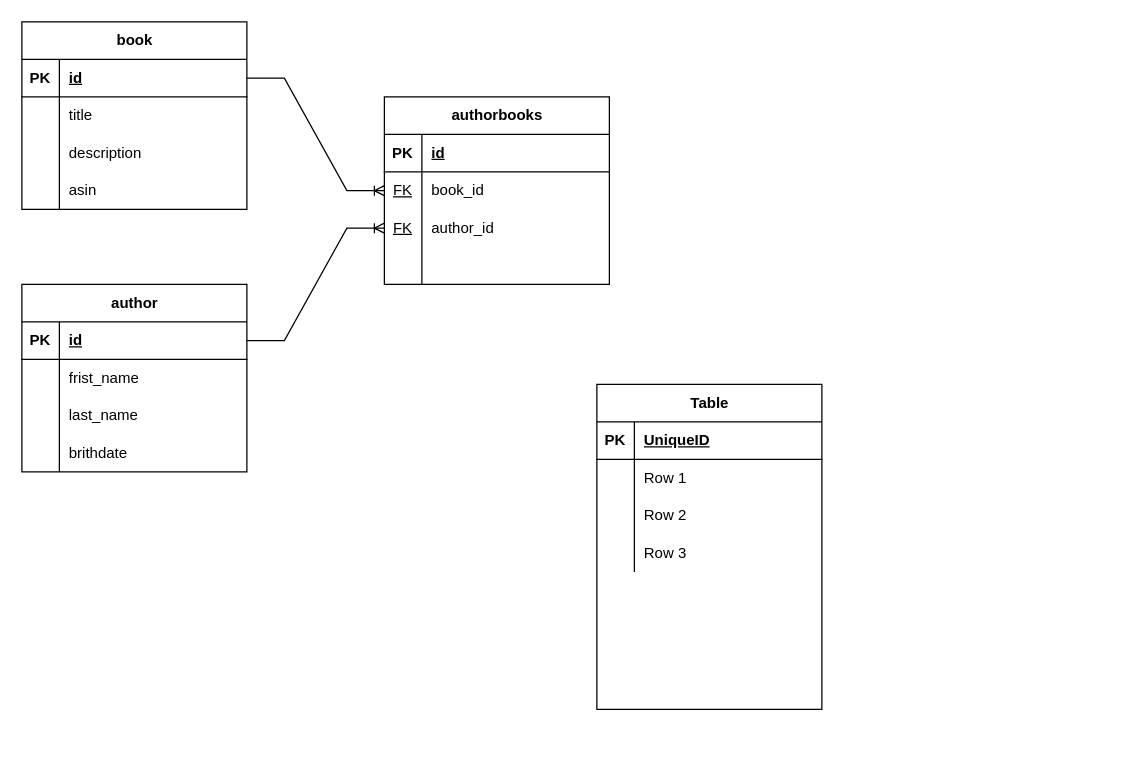
Before: Untitled Diagram.drawio in Akhmadjon0071/praktikum_datasets, a draw.io diagram. Source tidied: cells renumbered, new cells numbered last; positions are measured from the earlier drawing's top-left corner, leaving out a move shared by most shapes. Both pictures are drawn from the tidied source at 125%, with x=0, y=0 at pixel (21, 21).
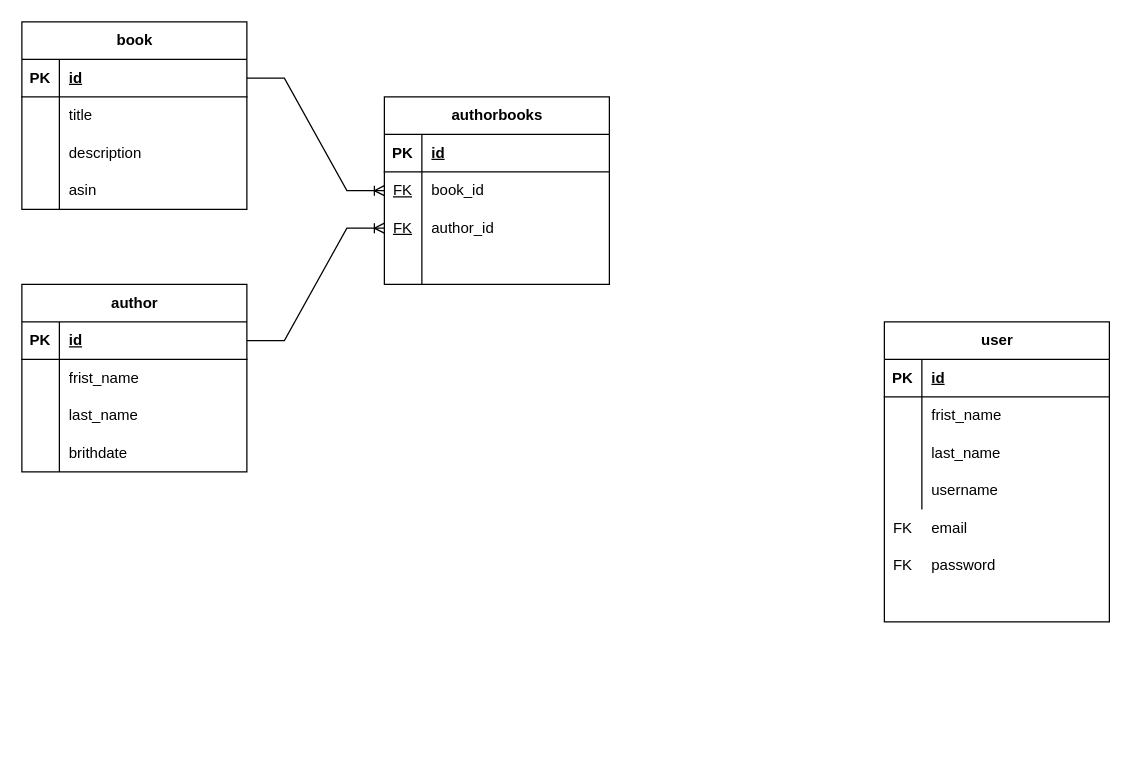
The same diagram, later.

What changed in the source:
```diff
@@
     <mxCell id="44" style="shape=tableRow;horizontal=0;startSize=0;swimlaneHead=0;swimlaneBody=0;fillColor=none;top=0;left=0;right=0;bottom=0;fontFamily=Helvetica;fontSize=12;fontColor=default;" parent="1" vertex="1">
-      <mxGeometry x="460" y="420" width="180" height="30" as="geometry" />
+      <mxGeometry x="460" y="410" width="180" height="10" as="geometry" />
     </mxCell>
@@
     <mxCell id="46" style="shape=tableRow;horizontal=0;startSize=0;swimlaneHead=0;swimlaneBody=0;fillColor=none;top=0;left=0;right=0;bottom=0;fontFamily=Helvetica;fontSize=12;fontColor=default;" parent="1" vertex="1">
-      <mxGeometry x="460" y="420" width="180" height="30" as="geometry" />
+      <mxGeometry x="460" y="410" width="180" height="40" as="geometry" />
     </mxCell>
@@
-    <mxCell id="52" value="Table" style="shape=table;startSize=30;childLayout=tableLayout;rowLines=0;fontStyle=1;align=center;html=1;fontFamily=Helvetica;fontSize=12;fontColor=default;" parent="1" vertex="1">
-      <mxGeometry x="460" y="290" width="180" height="260" as="geometry" />
-    </mxCell>
+    <mxCell id="65" style="shape=tableRow;horizontal=0;startSize=0;swimlaneHead=0;swimlaneBody=0;fillColor=none;top=0;left=0;right=0;bottom=0;fontFamily=Helvetica;fontSize=12;fontColor=default;" parent="1" vertex="1">
+      <mxGeometry x="464" y="410" width="180" height="30" as="geometry" />
+    </mxCell>
+    <mxCell id="66" style="shape=partialRectangle;fillColor=none;top=0;left=0;bottom=0;right=0;overflow=hidden;whiteSpace=wrap;html=1;fontFamily=Helvetica;fontSize=12;fontColor=default;" parent="65" vertex="1">
+      <mxGeometry width="30" height="30" as="geometry" />
+    </mxCell>
+    <mxCell id="67" style="shape=tableRow;horizontal=0;startSize=0;swimlaneHead=0;swimlaneBody=0;fillColor=none;top=0;left=0;right=0;bottom=0;fontFamily=Helvetica;fontSize=12;fontColor=default;" parent="1" vertex="1">
+      <mxGeometry x="464" y="440" width="180" height="30" as="geometry" />
+    </mxCell>
+    <mxCell id="68" style="shape=partialRectangle;fillColor=none;top=0;left=0;bottom=0;right=0;overflow=hidden;whiteSpace=wrap;html=1;fontFamily=Helvetica;fontSize=12;fontColor=default;" parent="67" vertex="1">
+      <mxGeometry width="30" height="30" as="geometry" />
+    </mxCell>
+    <mxCell id="69" style="group;" parent="1" vertex="1">
+      <mxGeometry x="690" y="240" width="180" height="240" as="geometry" />
+    </mxCell>
+    <mxCell id="70" value="email" style="shape=partialRectangle;fillColor=none;top=0;left=0;bottom=0;right=0;align=left;spacingLeft=6;overflow=hidden;whiteSpace=wrap;html=1;fontFamily=Helvetica;fontSize=12;fontColor=default;" parent="69" vertex="1">
+      <mxGeometry x="30" y="150" width="150" height="30" as="geometry" />
+    </mxCell>
+    <mxCell id="71" value="password" style="shape=partialRectangle;fillColor=none;top=0;left=0;bottom=0;right=0;align=left;spacingLeft=6;overflow=hidden;whiteSpace=wrap;html=1;fontFamily=Helvetica;fontSize=12;fontColor=default;" parent="69" vertex="1">
+      <mxGeometry x="30" y="180" width="150" height="30" as="geometry" />
+    </mxCell>
+    <mxCell id="72" style="group;" parent="69" vertex="1">
+      <mxGeometry width="180" height="240" as="geometry" />
+    </mxCell>
+    <mxCell id="73" value="FK" style="shape=partialRectangle;fillColor=none;top=0;left=0;bottom=0;right=0;overflow=hidden;whiteSpace=wrap;html=1;fontFamily=Helvetica;fontSize=12;fontColor=default;" parent="72" vertex="1">
+      <mxGeometry y="150" width="30" height="30" as="geometry" />
+    </mxCell>
+    <mxCell id="74" style="group;" parent="72" vertex="1">
+      <mxGeometry width="180" height="240" as="geometry" />
+    </mxCell>
+    <mxCell id="75" value="user" style="shape=table;startSize=30;childLayout=tableLayout;rowLines=0;fontStyle=1;align=center;html=1;fontFamily=Helvetica;fontSize=12;fontColor=default;" parent="74" vertex="1">
+      <mxGeometry width="180" height="240" as="geometry" />
+    </mxCell>
-    <mxCell id="53" style="shape=tableRow;horizontal=0;startSize=0;swimlaneHead=0;swimlaneBody=0;fillColor=none;top=0;left=0;right=0;bottom=1;fontFamily=Helvetica;fontSize=12;fontColor=default;" parent="52" vertex="1">
+    <mxCell id="53" style="shape=tableRow;horizontal=0;startSize=0;swimlaneHead=0;swimlaneBody=0;fillColor=none;top=0;left=0;right=0;bottom=1;fontFamily=Helvetica;fontSize=12;fontColor=default;" parent="75" vertex="1">
       <mxGeometry y="30" width="180" height="30" as="geometry" />
     </mxCell>
@@
-    <mxCell id="55" value="UniqueID" style="shape=partialRectangle;fillColor=none;top=0;left=0;bottom=0;right=0;align=left;spacingLeft=6;fontStyle=5;overflow=hidden;whiteSpace=wrap;html=1;fontFamily=Helvetica;fontSize=12;fontColor=default;" parent="53" vertex="1">
-      <mxGeometry x="30" width="150" height="30" as="geometry" />
-    </mxCell>
+    <mxCell id="76" value="id" style="shape=partialRectangle;fillColor=none;top=0;left=0;bottom=0;right=0;align=left;spacingLeft=6;fontStyle=5;overflow=hidden;whiteSpace=wrap;html=1;fontFamily=Helvetica;fontSize=12;fontColor=default;" parent="53" vertex="1">
+      <mxGeometry x="30" width="150" height="30" as="geometry" />
+    </mxCell>
-    <mxCell id="56" style="shape=tableRow;horizontal=0;startSize=0;swimlaneHead=0;swimlaneBody=0;fillColor=none;top=0;left=0;right=0;bottom=0;fontFamily=Helvetica;fontSize=12;fontColor=default;" parent="52" vertex="1">
+    <mxCell id="56" style="shape=tableRow;horizontal=0;startSize=0;swimlaneHead=0;swimlaneBody=0;fillColor=none;top=0;left=0;right=0;bottom=0;fontFamily=Helvetica;fontSize=12;fontColor=default;" parent="75" vertex="1">
       <mxGeometry y="60" width="180" height="30" as="geometry" />
     </mxCell>
-    <mxCell id="57" style="shape=partialRectangle;fillColor=none;top=0;left=0;bottom=0;right=0;overflow=hidden;whiteSpace=wrap;html=1;fontFamily=Helvetica;fontSize=12;fontColor=default;" parent="56" vertex="1">
-      <mxGeometry width="30" height="30" as="geometry" />
-    </mxCell>
-    <mxCell id="58" value="Row 1" style="shape=partialRectangle;fillColor=none;top=0;left=0;bottom=0;right=0;align=left;spacingLeft=6;overflow=hidden;whiteSpace=wrap;html=1;fontFamily=Helvetica;fontSize=12;fontColor=default;" parent="56" vertex="1">
-      <mxGeometry x="30" width="150" height="30" as="geometry" />
-    </mxCell>
+    <mxCell id="77" style="shape=partialRectangle;fillColor=none;top=0;left=0;bottom=0;right=0;overflow=hidden;whiteSpace=wrap;html=1;fontFamily=Helvetica;fontSize=12;fontColor=default;" parent="56" vertex="1">
+      <mxGeometry width="30" height="30" as="geometry" />
+    </mxCell>
+    <mxCell id="78" value="frist_name" style="shape=partialRectangle;fillColor=none;top=0;left=0;bottom=0;right=0;align=left;spacingLeft=6;overflow=hidden;whiteSpace=wrap;html=1;fontFamily=Helvetica;fontSize=12;fontColor=default;" parent="56" vertex="1">
+      <mxGeometry x="30" width="150" height="30" as="geometry" />
+    </mxCell>
-    <mxCell id="59" style="shape=tableRow;horizontal=0;startSize=0;swimlaneHead=0;swimlaneBody=0;fillColor=none;top=0;left=0;right=0;bottom=0;fontFamily=Helvetica;fontSize=12;fontColor=default;" parent="52" vertex="1">
+    <mxCell id="59" style="shape=tableRow;horizontal=0;startSize=0;swimlaneHead=0;swimlaneBody=0;fillColor=none;top=0;left=0;right=0;bottom=0;fontFamily=Helvetica;fontSize=12;fontColor=default;" parent="75" vertex="1">
       <mxGeometry y="90" width="180" height="30" as="geometry" />
     </mxCell>
-    <mxCell id="60" style="shape=partialRectangle;fillColor=none;top=0;left=0;bottom=0;right=0;overflow=hidden;whiteSpace=wrap;html=1;fontFamily=Helvetica;fontSize=12;fontColor=default;" parent="59" vertex="1">
-      <mxGeometry width="30" height="30" as="geometry" />
-    </mxCell>
-    <mxCell id="61" value="Row 2" style="shape=partialRectangle;fillColor=none;top=0;left=0;bottom=0;right=0;align=left;spacingLeft=6;overflow=hidden;whiteSpace=wrap;html=1;fontFamily=Helvetica;fontSize=12;fontColor=default;" parent="59" vertex="1">
-      <mxGeometry x="30" width="150" height="30" as="geometry" />
-    </mxCell>
+    <mxCell id="79" style="shape=partialRectangle;fillColor=none;top=0;left=0;bottom=0;right=0;overflow=hidden;whiteSpace=wrap;html=1;fontFamily=Helvetica;fontSize=12;fontColor=default;" parent="59" vertex="1">
+      <mxGeometry width="30" height="30" as="geometry" />
+    </mxCell>
+    <mxCell id="80" value="last_name" style="shape=partialRectangle;fillColor=none;top=0;left=0;bottom=0;right=0;align=left;spacingLeft=6;overflow=hidden;whiteSpace=wrap;html=1;fontFamily=Helvetica;fontSize=12;fontColor=default;" parent="59" vertex="1">
+      <mxGeometry x="30" width="150" height="30" as="geometry" />
+    </mxCell>
-    <mxCell id="62" style="shape=tableRow;horizontal=0;startSize=0;swimlaneHead=0;swimlaneBody=0;fillColor=none;top=0;left=0;right=0;bottom=0;fontFamily=Helvetica;fontSize=12;fontColor=default;" parent="52" vertex="1">
+    <mxCell id="62" style="shape=tableRow;horizontal=0;startSize=0;swimlaneHead=0;swimlaneBody=0;fillColor=none;top=0;left=0;right=0;bottom=0;fontFamily=Helvetica;fontSize=12;fontColor=default;" parent="75" vertex="1">
       <mxGeometry y="120" width="180" height="30" as="geometry" />
     </mxCell>
-    <mxCell id="63" style="shape=partialRectangle;fillColor=none;top=0;left=0;bottom=0;right=0;overflow=hidden;whiteSpace=wrap;html=1;fontFamily=Helvetica;fontSize=12;fontColor=default;" parent="62" vertex="1">
-      <mxGeometry width="30" height="30" as="geometry" />
-    </mxCell>
-    <mxCell id="64" value="Row 3" style="shape=partialRectangle;fillColor=none;top=0;left=0;bottom=0;right=0;align=left;spacingLeft=6;overflow=hidden;whiteSpace=wrap;html=1;fontFamily=Helvetica;fontSize=12;fontColor=default;" parent="62" vertex="1">
-      <mxGeometry x="30" width="150" height="30" as="geometry" />
-    </mxCell>
+    <mxCell id="81" style="shape=partialRectangle;fillColor=none;top=0;left=0;bottom=0;right=0;overflow=hidden;whiteSpace=wrap;html=1;fontFamily=Helvetica;fontSize=12;fontColor=default;" parent="62" vertex="1">
+      <mxGeometry width="30" height="30" as="geometry" />
+    </mxCell>
+    <mxCell id="82" value="username" style="shape=partialRectangle;fillColor=none;top=0;left=0;bottom=0;right=0;align=left;spacingLeft=6;overflow=hidden;whiteSpace=wrap;html=1;fontFamily=Helvetica;fontSize=12;fontColor=default;" parent="62" vertex="1">
+      <mxGeometry x="30" width="150" height="30" as="geometry" />
+    </mxCell>
+    <mxCell id="83" value="FK" style="shape=partialRectangle;fillColor=none;top=0;left=0;bottom=0;right=0;overflow=hidden;whiteSpace=wrap;html=1;fontFamily=Helvetica;fontSize=12;fontColor=default;" parent="74" vertex="1">
+      <mxGeometry y="180" width="30" height="30" as="geometry" />
+    </mxCell>
```
